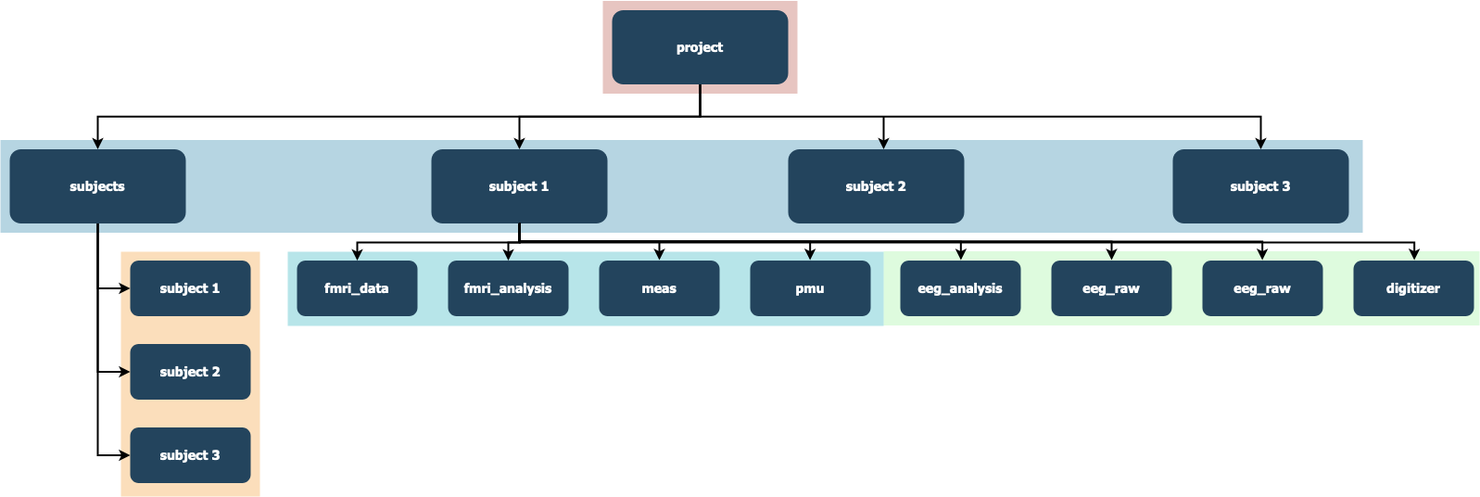
fahsuanlin/labmanual keeps this draw.io diagram as images/data_structure.png. Above is the earlier version. Source tidied: cells renumbered, new cells last; positions are measured from the earlier drawing's top-left corner, leaving out a move shared by most shapes.
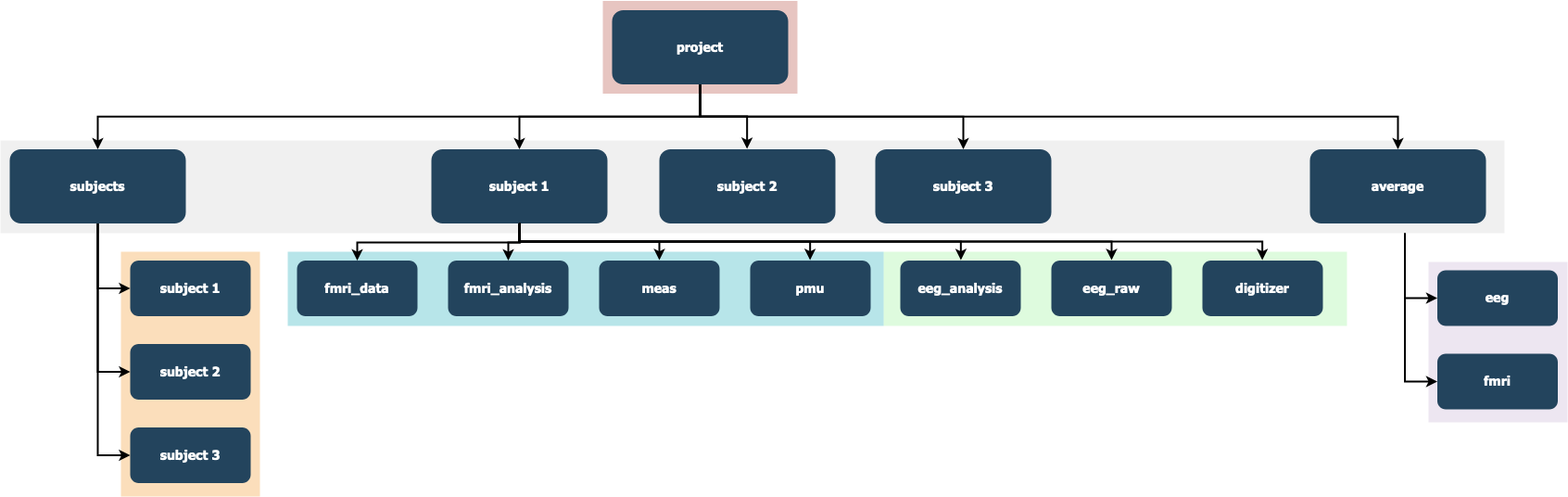
The same diagram one commit later.

What changed in the source:
```diff
@@ -3,13 +3,13 @@
     <mxCell id="0" />
     <mxCell id="1" parent="0" />
     <mxCell id="2" style="fillColor=#91F291;strokeColor=none;opacity=30;" parent="1" vertex="1">
-      <mxGeometry x="953" y="269.5" width="643" height="80" as="geometry" />
+      <mxGeometry x="953" y="270" width="500" height="80" as="geometry" />
     </mxCell>
     <mxCell id="3" style="fillColor=#AE4132;strokeColor=none;opacity=30;" parent="1" vertex="1">
       <mxGeometry x="650" y="-0.5" width="210" height="100" as="geometry" />
     </mxCell>
-    <mxCell id="4" style="fillColor=#10739E;strokeColor=none;opacity=30;" parent="1" vertex="1">
-      <mxGeometry y="149.5" width="1470" height="100" as="geometry" />
+    <mxCell id="4" style="fillColor=#CCCCCC;strokeColor=none;opacity=30;" parent="1" vertex="1">
+      <mxGeometry y="150" width="1623" height="100" as="geometry" />
     </mxCell>
     <mxCell id="5" style="fillColor=#F2931E;strokeColor=none;opacity=30;" parent="1" vertex="1">
       <mxGeometry x="130" y="270" width="150" height="264" as="geometry" />
@@ -21,13 +21,13 @@
       <mxGeometry x="660" y="9.5" width="190" height="80" as="geometry" />
     </mxCell>
     <mxCell id="8" value="subject 3" style="rounded=1;fillColor=#23445D;gradientColor=none;strokeColor=none;fontColor=#FFFFFF;fontStyle=1;fontFamily=Tahoma;fontSize=14;" parent="1" vertex="1">
-      <mxGeometry x="1265" y="159.5" width="190" height="80" as="geometry" />
+      <mxGeometry x="944" y="159.5" width="190" height="80" as="geometry" />
     </mxCell>
     <mxCell id="9" style="edgeStyle=elbowEdgeStyle;elbow=vertical;strokeWidth=2;rounded=0;" parent="1" edge="1" source="7" target="8">
       <mxGeometry x="337" y="215.5" as="geometry" />
     </mxCell>
     <mxCell id="10" value="subject 2" style="rounded=1;fillColor=#23445D;gradientColor=none;strokeColor=none;fontColor=#FFFFFF;fontStyle=1;fontFamily=Tahoma;fontSize=14;" parent="1" vertex="1">
-      <mxGeometry x="850" y="159.5" width="190" height="80" as="geometry" />
+      <mxGeometry x="711" y="159.5" width="190" height="80" as="geometry" />
     </mxCell>
     <mxCell id="11" value="subject 1" style="rounded=1;fillColor=#23445D;gradientColor=none;strokeColor=none;fontColor=#FFFFFF;fontStyle=1;fontFamily=Tahoma;fontSize=14;" parent="1" vertex="1">
       <mxGeometry x="465" y="159.5" width="190" height="80" as="geometry" />
@@ -87,17 +87,10 @@
         </Array>
       </mxGeometry>
     </mxCell>
-    <mxCell id="25" style="edgeStyle=elbowEdgeStyle;elbow=vertical;strokeWidth=2;rounded=0;exitX=0.5;exitY=1;exitDx=0;exitDy=0;entryX=0.5;entryY=0;entryDx=0;entryDy=0;" parent="1" edge="1" source="11" target="30">
-      <mxGeometry x="-23" y="135.5" as="geometry">
-        <Array as="points">
-          <mxPoint x="1383" y="260" />
-        </Array>
-      </mxGeometry>
-    </mxCell>
-    <mxCell id="26" style="edgeStyle=elbowEdgeStyle;elbow=vertical;strokeWidth=2;rounded=0;" parent="1" edge="1" target="10">
+    <mxCell id="26" style="edgeStyle=elbowEdgeStyle;elbow=vertical;strokeWidth=2;rounded=0;exitX=0.5;exitY=1;exitDx=0;exitDy=0;entryX=0.5;entryY=0;entryDx=0;entryDy=0;" parent="1" edge="1" source="7" target="10">
       <mxGeometry x="357" y="235.5" as="geometry">
-        <mxPoint x="953" y="124" as="sourcePoint" />
         <Array as="points">
+          <mxPoint x="853" y="124" />
           <mxPoint x="953" y="144" />
           <mxPoint x="933" y="114" />
         </Array>
@@ -109,11 +102,8 @@
     <mxCell id="28" value="eeg_raw" style="rounded=1;fillColor=#23445D;gradientColor=none;strokeColor=none;fontColor=#FFFFFF;fontStyle=1;fontFamily=Tahoma;fontSize=14;" parent="1" vertex="1">
       <mxGeometry x="1134" y="279.5" width="130" height="60" as="geometry" />
     </mxCell>
-    <mxCell id="29" value="eeg_raw" style="rounded=1;fillColor=#23445D;gradientColor=none;strokeColor=none;fontColor=#FFFFFF;fontStyle=1;fontFamily=Tahoma;fontSize=14;" parent="1" vertex="1">
-      <mxGeometry x="1297" y="279.5" width="130" height="60" as="geometry" />
-    </mxCell>
     <mxCell id="30" value="digitizer" style="rounded=1;fillColor=#23445D;gradientColor=none;strokeColor=none;fontColor=#FFFFFF;fontStyle=1;fontFamily=Tahoma;fontSize=14;" parent="1" vertex="1">
-      <mxGeometry x="1460" y="279.5" width="130" height="60" as="geometry" />
+      <mxGeometry x="1297" y="279.5" width="130" height="60" as="geometry" />
     </mxCell>
     <mxCell id="31" value="pmu" style="rounded=1;fillColor=#23445D;gradientColor=none;strokeColor=none;fontColor=#FFFFFF;fontStyle=1;fontFamily=Tahoma;fontSize=14;" parent="1" vertex="1">
       <mxGeometry x="809" y="279.5" width="130" height="60" as="geometry" />
@@ -144,10 +134,44 @@
         <mxPoint x="559.7" y="239.7" as="sourcePoint" />
       </mxGeometry>
     </mxCell>
-    <mxCell id="37" style="edgeStyle=elbowEdgeStyle;elbow=vertical;strokeWidth=2;rounded=0;exitX=0.5;exitY=1;exitDx=0;exitDy=0;entryX=0.5;entryY=0;entryDx=0;entryDy=0;" parent="1" edge="1" target="29">
+    <mxCell id="37" style="edgeStyle=elbowEdgeStyle;elbow=vertical;strokeWidth=2;rounded=0;exitX=0.5;exitY=1;exitDx=0;exitDy=0;entryX=0.5;entryY=0;entryDx=0;entryDy=0;" parent="1" edge="1">
       <mxGeometry x="150" y="145.5" as="geometry">
         <mxPoint x="559.7" y="239.7" as="sourcePoint" />
+        <mxPoint x="1361.7" y="279" as="targetPoint" />
       </mxGeometry>
     </mxCell>
+    <mxCell id="38" value="average" style="rounded=1;fillColor=#23445D;gradientColor=none;strokeColor=none;fontColor=#FFFFFF;fontStyle=1;fontFamily=Tahoma;fontSize=14;" parent="1" vertex="1">
+      <mxGeometry x="1413" y="159.5" width="190" height="80" as="geometry" />
+    </mxCell>
+    <mxCell id="39" style="edgeStyle=elbowEdgeStyle;elbow=vertical;strokeWidth=2;rounded=0;" parent="1" edge="1" target="38">
+      <mxGeometry x="337" y="215.5" as="geometry">
+        <mxPoint x="755" y="89.5" as="sourcePoint" />
+      </mxGeometry>
+    </mxCell>
+    <mxCell id="40" style="fillColor=#C3ABD0;strokeColor=none;opacity=30;" parent="1" vertex="1">
+      <mxGeometry x="1541" y="281" width="150" height="173" as="geometry" />
+    </mxCell>
+    <mxCell id="41" value="eeg" style="rounded=1;fillColor=#23445D;gradientColor=none;strokeColor=none;fontColor=#FFFFFF;fontStyle=1;fontFamily=Tahoma;fontSize=14;" parent="1" vertex="1">
+      <mxGeometry x="1550.5" y="290" width="130" height="60" as="geometry" />
+    </mxCell>
+    <mxCell id="42" value="fmri" style="rounded=1;fillColor=#23445D;gradientColor=none;strokeColor=none;fontColor=#FFFFFF;fontStyle=1;fontFamily=Tahoma;fontSize=14;" parent="1" vertex="1">
+      <mxGeometry x="1550.5" y="380" width="130" height="60" as="geometry" />
+    </mxCell>
+    <mxCell id="43" style="edgeStyle=elbowEdgeStyle;elbow=horizontal;strokeWidth=2;rounded=0;" parent="1" edge="1" target="41">
+      <mxGeometry x="1387.5" y="146" as="geometry">
+        <mxPoint x="1515.5" y="250" as="sourcePoint" />
+        <Array as="points">
+          <mxPoint x="1515.5" y="270" />
+        </Array>
+      </mxGeometry>
+    </mxCell>
+    <mxCell id="44" style="edgeStyle=elbowEdgeStyle;elbow=horizontal;strokeWidth=2;rounded=0;" parent="1" edge="1" target="42">
+      <mxGeometry x="1387.5" y="146" as="geometry">
+        <mxPoint x="1515.5" y="250" as="sourcePoint" />
+        <Array as="points">
+          <mxPoint x="1515.5" y="310" />
+        </Array>
+      </mxGeometry>
+    </mxCell>
   </root>
 </mxGraphModel>
```
